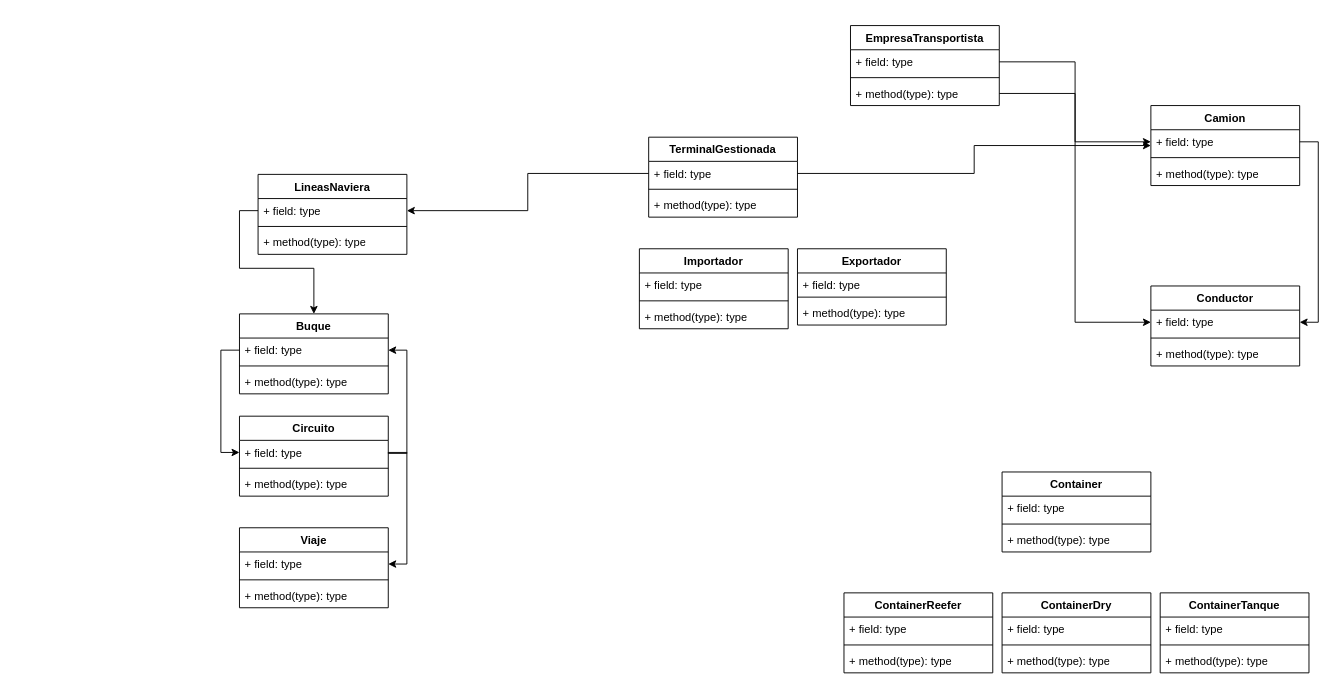
Above: tpFinal.drawio in Maxxie12/Unq-poo2-TPFinal (draw.io), before the change. Source tidied: cells renumbered, new cells numbered last; positions are measured from the earlier drawing's top-left corner, leaving out a move shared by most shapes. Both pictures are drawn from the tidied source at 93%, with x=0, y=0 at pixel (239, 25).
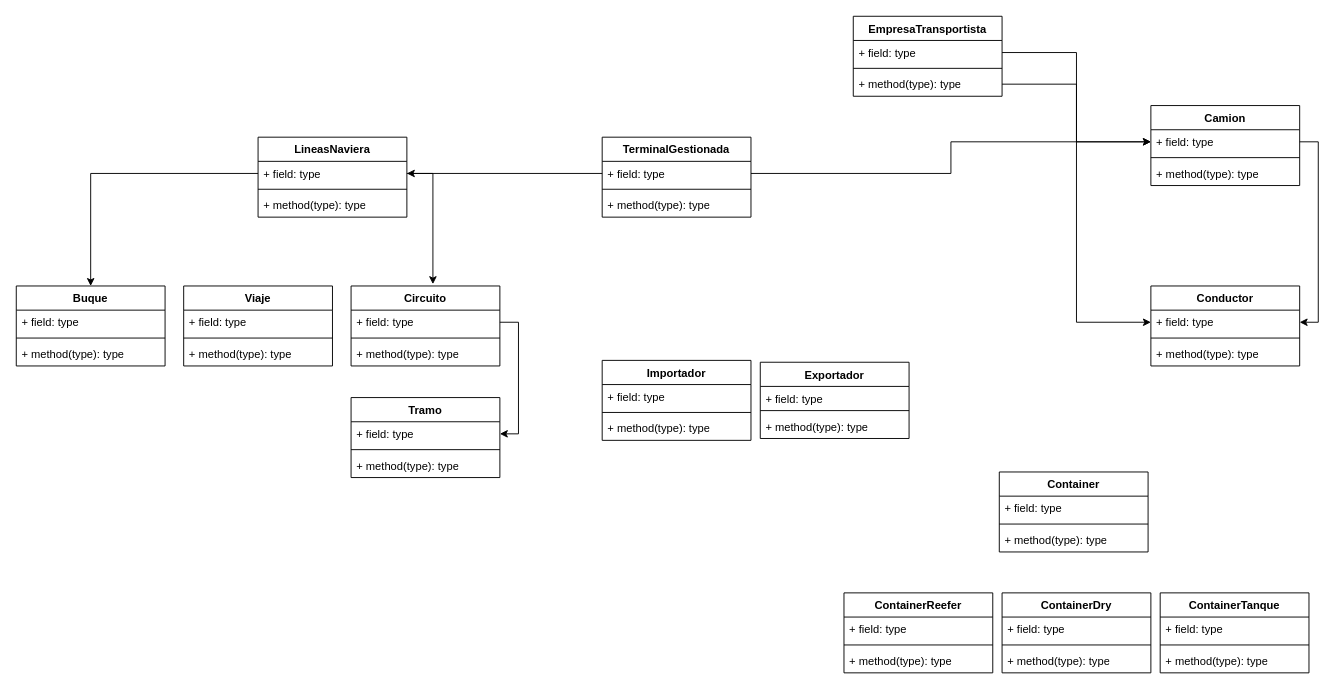
After the change.

Unchanged cells that the change refers to:
```xml
<mxCell id="3" value="+ field: type" style="text;strokeColor=none;fillColor=none;align=left;verticalAlign=top;spacingLeft=4;spacingRight=4;overflow=hidden;points=[[0,0.5],[1,0.5]];portConstraint=eastwest;whiteSpace=wrap;html=1;" parent="2" vertex="1">
  <mxGeometry y="26" width="160" height="26" as="geometry" />
</mxCell>
<mxCell id="7" value="+ field: type" style="text;strokeColor=none;fillColor=none;align=left;verticalAlign=top;spacingLeft=4;spacingRight=4;overflow=hidden;points=[[0,0.5],[1,0.5]];portConstraint=eastwest;whiteSpace=wrap;html=1;" parent="6" vertex="1">
  <mxGeometry y="26" width="160" height="26" as="geometry" />
</mxCell>
<mxCell id="11" value="+ field: type" style="text;strokeColor=none;fillColor=none;align=left;verticalAlign=top;spacingLeft=4;spacingRight=4;overflow=hidden;points=[[0,0.5],[1,0.5]];portConstraint=eastwest;whiteSpace=wrap;html=1;" parent="10" vertex="1">
  <mxGeometry y="26" width="160" height="26" as="geometry" />
</mxCell>
<mxCell id="38" value="Camion" style="swimlane;fontStyle=1;align=center;verticalAlign=top;horizontal=1;startSize=26;whiteSpace=wrap;html=1;" parent="1" vertex="1">
  <mxGeometry x="980" y="86" width="160" height="86" as="geometry" />
</mxCell>
<mxCell id="39" value="+ field: type" style="text;strokeColor=none;fillColor=none;align=left;verticalAlign=top;spacingLeft=4;spacingRight=4;overflow=hidden;points=[[0,0.5],[1,0.5]];portConstraint=eastwest;whiteSpace=wrap;html=1;" parent="38" vertex="1">
  <mxGeometry y="26" width="160" height="26" as="geometry" />
</mxCell>
<mxCell id="43" value="+ field: type" style="text;strokeColor=none;fillColor=none;align=left;verticalAlign=top;spacingLeft=4;spacingRight=4;overflow=hidden;points=[[0,0.5],[1,0.5]];portConstraint=eastwest;whiteSpace=wrap;html=1;" parent="42" vertex="1">
  <mxGeometry y="26" width="160" height="26" as="geometry" />
</mxCell>
<mxCell id="62" value="+ field: type" style="text;strokeColor=none;fillColor=none;align=left;verticalAlign=top;spacingLeft=4;spacingRight=4;overflow=hidden;points=[[0,0.5],[1,0.5]];portConstraint=eastwest;whiteSpace=wrap;html=1;" parent="61" vertex="1">
  <mxGeometry y="26" width="160" height="26" as="geometry" />
</mxCell>
```

The edit, as a diff of the source:
```diff
@@
     <mxCell id="2" value="TerminalGestionada" style="swimlane;fontStyle=1;align=center;verticalAlign=top;horizontal=1;startSize=26;whiteSpace=wrap;html=1;" parent="1" vertex="1">
-      <mxGeometry x="440" y="120" width="160" height="86" as="geometry" />
+      <mxGeometry x="390" y="120" width="160" height="86" as="geometry" />
     </mxCell>
@@
     <mxCell id="6" value="LineasNaviera" style="swimlane;fontStyle=1;align=center;verticalAlign=top;horizontal=1;startSize=26;whiteSpace=wrap;html=1;" parent="1" vertex="1">
-      <mxGeometry x="20" y="160" width="160" height="86" as="geometry" />
+      <mxGeometry x="20" y="120" width="160" height="86" as="geometry" />
     </mxCell>
@@
     <mxCell id="10" value="Buque" style="swimlane;fontStyle=1;align=center;verticalAlign=top;horizontal=1;startSize=26;whiteSpace=wrap;html=1;" parent="1" vertex="1">
-      <mxGeometry y="310" width="160" height="86" as="geometry" />
+      <mxGeometry x="-240" y="280" width="160" height="86" as="geometry" />
     </mxCell>
@@
     <mxCell id="14" value="Container" style="swimlane;fontStyle=1;align=center;verticalAlign=top;horizontal=1;startSize=26;whiteSpace=wrap;html=1;" parent="1" vertex="1">
-      <mxGeometry x="820" y="480" width="160" height="86" as="geometry" />
+      <mxGeometry x="817" y="480" width="160" height="86" as="geometry" />
     </mxCell>
@@
     <mxCell id="30" value="EmpresaTransportista" style="swimlane;fontStyle=1;align=center;verticalAlign=top;horizontal=1;startSize=26;whiteSpace=wrap;html=1;" parent="1" vertex="1">
-      <mxGeometry x="657" width="160" height="86" as="geometry" />
+      <mxGeometry x="660" y="-10" width="160" height="86" as="geometry" />
     </mxCell>
@@
     <mxCell id="42" value="Circuito" style="swimlane;fontStyle=1;align=center;verticalAlign=top;horizontal=1;startSize=26;whiteSpace=wrap;html=1;" parent="1" vertex="1">
-      <mxGeometry y="420" width="160" height="86" as="geometry" />
+      <mxGeometry x="120" y="280" width="160" height="86" as="geometry" />
     </mxCell>
@@
-    <mxCell id="46" style="edgeStyle=orthogonalEdgeStyle;rounded=0;jettySize=auto;html=1;exitX=1;exitY=0.5;exitDx=0;exitDy=0;" parent="1" edge="1" source="43" target="11">
-      <mxGeometry relative="1" as="geometry">
-        <Array as="points">
-          <mxPoint x="160" y="460" />
-          <mxPoint x="180" y="460" />
-          <mxPoint x="180" y="349" />
-        </Array>
-      </mxGeometry>
-    </mxCell>
-    <mxCell id="47" style="edgeStyle=orthogonalEdgeStyle;rounded=0;jettySize=auto;html=1;exitX=0;exitY=0.5;exitDx=0;exitDy=0;entryX=0;entryY=0.5;entryDx=0;entryDy=0;" parent="1" edge="1" source="11" target="43">
-      <mxGeometry relative="1" as="geometry" />
-    </mxCell>
@@
     <mxCell id="50" value="Importador" style="swimlane;fontStyle=1;align=center;verticalAlign=top;horizontal=1;startSize=26;whiteSpace=wrap;html=1;" parent="1" vertex="1">
-      <mxGeometry x="430" y="240" width="160" height="86" as="geometry" />
+      <mxGeometry x="390" y="360" width="160" height="86" as="geometry" />
     </mxCell>
@@
     <mxCell id="57" value="Exportador" style="swimlane;fontStyle=1;align=center;verticalAlign=top;horizontal=1;startSize=26;whiteSpace=wrap;html=1;" parent="1" vertex="1">
-      <mxGeometry x="600" y="240" width="160" height="82" as="geometry" />
+      <mxGeometry x="560" y="362" width="160" height="82" as="geometry" />
     </mxCell>
@@
     <mxCell id="61" value="Viaje" style="swimlane;fontStyle=1;align=center;verticalAlign=top;horizontal=1;startSize=26;whiteSpace=wrap;html=1;" parent="1" vertex="1">
-      <mxGeometry y="540" width="160" height="86" as="geometry" />
+      <mxGeometry x="-60" y="280" width="160" height="86" as="geometry" />
     </mxCell>
@@
-    <mxCell id="65" style="edgeStyle=orthogonalEdgeStyle;rounded=0;jettySize=auto;html=1;exitX=1;exitY=0.5;exitDx=0;exitDy=0;entryX=1;entryY=0.5;entryDx=0;entryDy=0;" parent="1" edge="1" source="43" target="62">
-      <mxGeometry relative="1" as="geometry" />
-    </mxCell>
-    <mxCell id="66" style="edgeStyle=orthogonalEdgeStyle;rounded=0;jettySize=auto;html=1;exitX=1;exitY=0.5;exitDx=0;exitDy=0;entryX=0;entryY=0.5;entryDx=0;entryDy=0;" parent="1" edge="1" source="3" target="38">
+    <mxCell id="66" style="edgeStyle=orthogonalEdgeStyle;rounded=0;jettySize=auto;html=1;exitX=1;exitY=0.5;exitDx=0;exitDy=0;entryX=0;entryY=0.5;entryDx=0;entryDy=0;" parent="1" edge="1" source="3" target="39">
       <mxGeometry relative="1" as="geometry" />
     </mxCell>
+    <mxCell id="67" style="edgeStyle=orthogonalEdgeStyle;rounded=0;jettySize=auto;html=1;exitX=1;exitY=0.5;exitDx=0;exitDy=0;entryX=0.55;entryY=-0.023;entryDx=0;entryDy=0;entryPerimeter=0;" parent="1" edge="1" source="7" target="42">
+      <mxGeometry relative="1" as="geometry" />
+    </mxCell>
+    <mxCell id="68" value="Tramo" style="swimlane;fontStyle=1;align=center;verticalAlign=top;horizontal=1;startSize=26;whiteSpace=wrap;html=1;" parent="1" vertex="1">
+      <mxGeometry x="120" y="400" width="160" height="86" as="geometry" />
+    </mxCell>
+    <mxCell id="69" value="+ field: type" style="text;strokeColor=none;fillColor=none;align=left;verticalAlign=top;spacingLeft=4;spacingRight=4;overflow=hidden;points=[[0,0.5],[1,0.5]];portConstraint=eastwest;whiteSpace=wrap;html=1;" parent="68" vertex="1">
+      <mxGeometry y="26" width="160" height="26" as="geometry" />
+    </mxCell>
+    <mxCell id="70" style="line;strokeWidth=1;fillColor=none;align=left;verticalAlign=middle;spacingTop=-1;spacingLeft=3;spacingRight=3;labelPosition=right;strokeColor=inherit;" parent="68" vertex="1">
+      <mxGeometry y="52" width="160" height="8" as="geometry" />
+    </mxCell>
+    <mxCell id="71" value="+ method(type): type" style="text;strokeColor=none;fillColor=none;align=left;verticalAlign=top;spacingLeft=4;spacingRight=4;overflow=hidden;whiteSpace=wrap;html=1;" parent="68" vertex="1">
+      <mxGeometry y="60" width="160" height="26" as="geometry" />
+    </mxCell>
+    <mxCell id="72" style="edgeStyle=orthogonalEdgeStyle;rounded=0;jettySize=auto;html=1;exitX=1;exitY=0.5;exitDx=0;exitDy=0;entryX=1;entryY=0.5;entryDx=0;entryDy=0;" parent="1" edge="1" source="43" target="69">
+      <mxGeometry relative="1" as="geometry" />
+    </mxCell>
```
